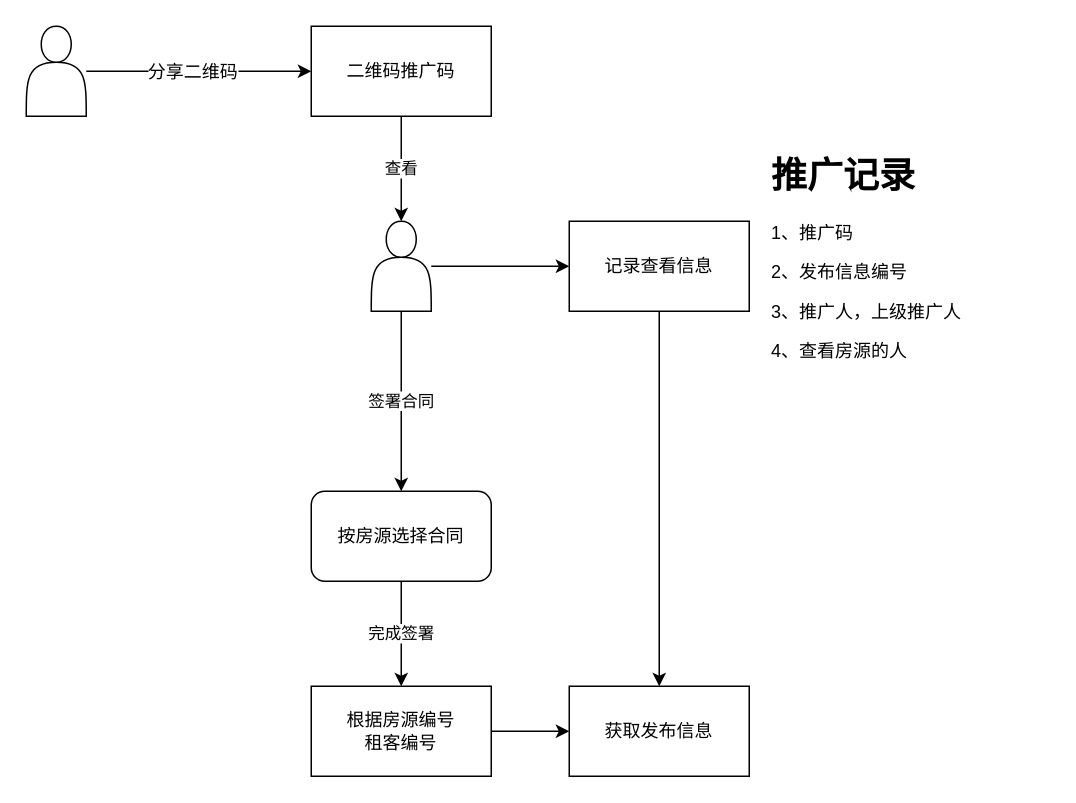
Before: Untitled Diagram.drawio in dovezat/drawio, a draw.io diagram. Source tidied: cells renumbered, new cells numbered last; positions are measured from the earlier drawing's top-left corner, leaving out a move shared by most shapes. Both pictures are drawn from the tidied source at 150%, with x=0, y=0 at pixel (26, 26).
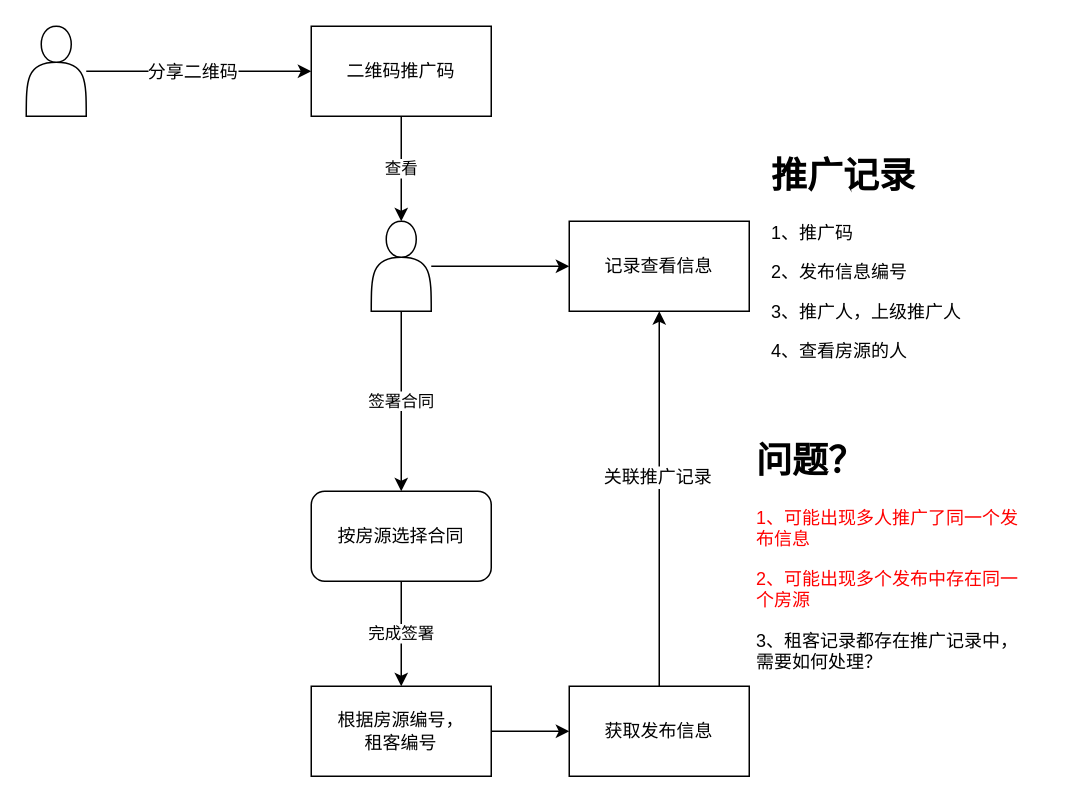
The same diagram, later.

Unchanged cells that the change refers to:
```xml
<mxCell id="11" value="记录查看信息" style="rounded=0;whiteSpace=wrap;html=1;" parent="1" vertex="1">
  <mxGeometry x="362" y="130" width="120" height="60" as="geometry" />
</mxCell>
<mxCell id="17" value="获取发布信息" style="rounded=0;whiteSpace=wrap;html=1;" parent="1" vertex="1">
  <mxGeometry x="362" y="440" width="120" height="60" as="geometry" />
</mxCell>
```

What changed in the source:
```diff
@@
-    <mxCell id="10" style="edgeStyle=orthogonalEdgeStyle;rounded=0;jettySize=auto;html=1;exitX=0.5;exitY=1;exitDx=0;exitDy=0;entryX=0.5;entryY=0;entryDx=0;entryDy=0;" parent="1" edge="1" source="11" target="17">
-      <mxGeometry relative="1" as="geometry" />
-    </mxCell>
@@
-    <mxCell id="16" value="根据房源编号&lt;br&gt;租客编号" style="rounded=0;whiteSpace=wrap;html=1;" parent="1" vertex="1">
+    <mxCell id="16" value="根据房源编号，&lt;br&gt;租客编号" style="rounded=0;whiteSpace=wrap;html=1;" parent="1" vertex="1">
       <mxGeometry x="190" y="440" width="120" height="60" as="geometry" />
     </mxCell>
+    <mxCell id="18" style="edgeStyle=orthogonalEdgeStyle;rounded=0;jettySize=auto;html=1;entryX=0.5;entryY=1;entryDx=0;entryDy=0;" parent="1" edge="1" source="17" target="11">
+      <mxGeometry relative="1" as="geometry" />
+    </mxCell>
+    <mxCell id="19" value="关联推广记录" style="text;html=1;align=center;verticalAlign=middle;labelBackgroundColor=#ffffff;" parent="18" vertex="1">
+      <mxGeometry x="0.12" y="2" relative="1" as="geometry" />
+    </mxCell>
@@
+    <mxCell id="20" value="&lt;h1&gt;问题？&lt;/h1&gt;&lt;p&gt;&lt;font color=&quot;#ff0000&quot;&gt;1、可能出现多人推广了同一个发布信息&lt;/font&gt;&lt;/p&gt;&lt;p&gt;&lt;font color=&quot;#ff0000&quot;&gt;2、可能出现多个发布中存在同一个房源&lt;/font&gt;&lt;/p&gt;&lt;p&gt;3、租客记录都存在推广记录中，需要如何处理？&lt;/p&gt;&lt;p&gt;&lt;br&gt;&lt;/p&gt;&lt;p&gt;&lt;br&gt;&lt;/p&gt;" style="text;html=1;strokeColor=none;fillColor=none;spacing=5;spacingTop=-20;whiteSpace=wrap;overflow=hidden;rounded=0;" parent="1" vertex="1">
+      <mxGeometry x="482" y="270" width="190" height="170" as="geometry" />
+    </mxCell>
```
